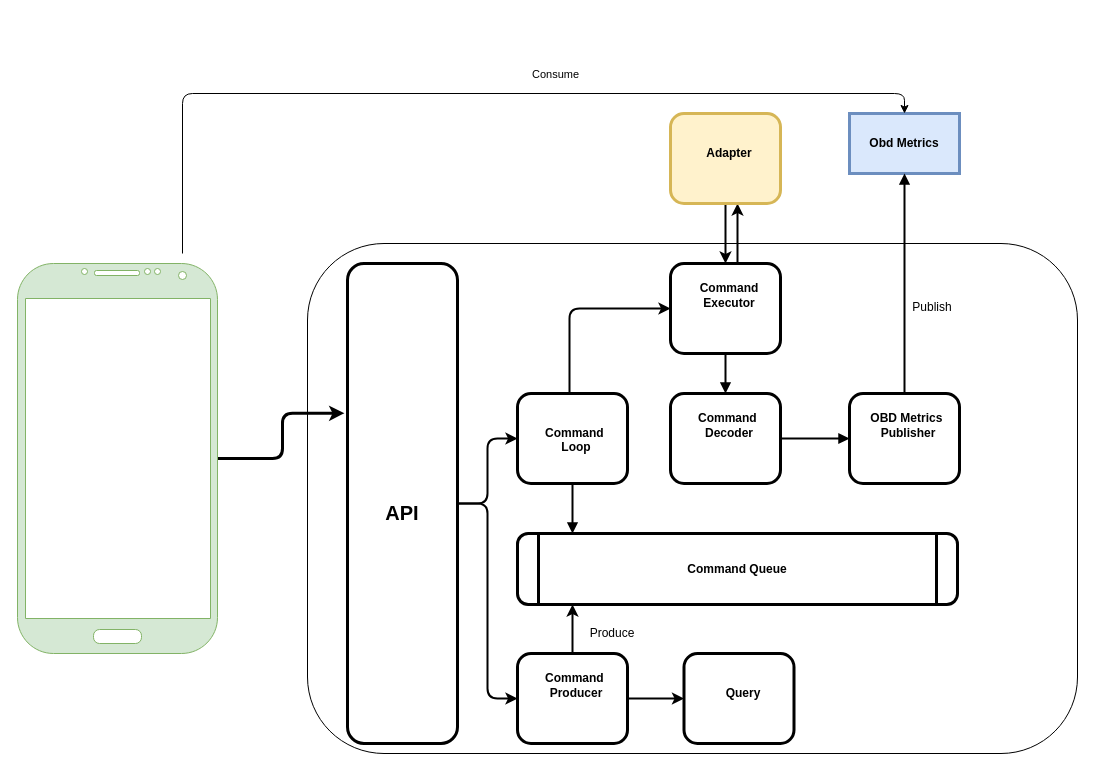
tzebrowski/ObdMetrics keeps this draw.io diagram as src/main/resources/highlevel.drawio. Above is the earlier version. Source tidied: cells renumbered, new cells numbered last; positions are measured from the earlier drawing's top-left corner, leaving out a move shared by most shapes. Both pictures are drawn from the tidied source at 100%, with x=0, y=0 at pixel (17, 93).
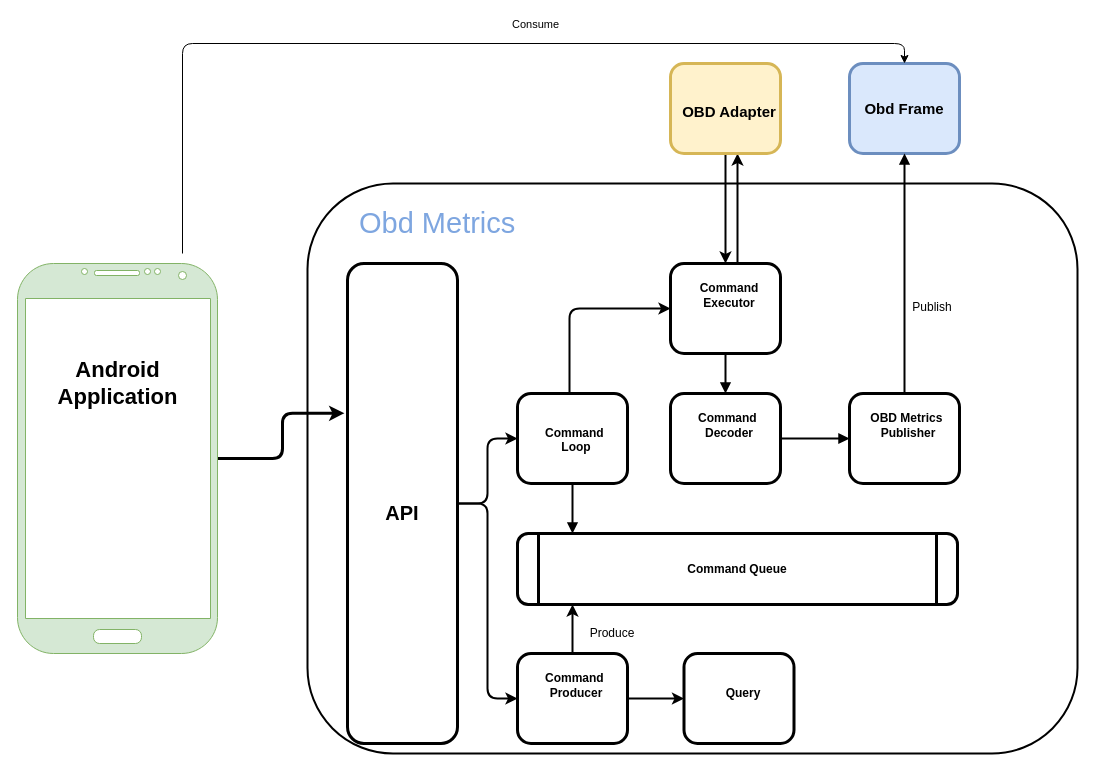
The same page after the edit.

Change to the diagram source:
```diff
@@
-    <mxCell id="2" style="rounded=1;whiteSpace=wrap;html=1;align=center;" parent="1" vertex="1">
-      <mxGeometry x="290" y="150" width="770" height="510" as="geometry" />
+    <mxCell id="2" style="rounded=1;whiteSpace=wrap;html=1;align=center;strokeWidth=2;" parent="1" vertex="1">
+      <mxGeometry x="290" y="90" width="770" height="570" as="geometry" />
     </mxCell>
-    <mxCell id="3" value="Obd Metrics" style="whiteSpace=wrap;align=center;verticalAlign=middle;fontStyle=1;strokeWidth=3;fillColor=#dae8fc;strokeColor=#6c8ebf;" parent="1" vertex="1">
-      <mxGeometry x="832" y="20" width="110" height="60" as="geometry" />
+    <mxCell id="3" value="Obd Frame" style="whiteSpace=wrap;align=center;verticalAlign=middle;fontStyle=1;strokeWidth=3;fillColor=#dae8fc;strokeColor=#6c8ebf;labelBorderColor=none;labelBackgroundColor=none;rounded=1;fontSize=15;" parent="1" vertex="1">
+      <mxGeometry x="832" y="-30" width="110" height="90" as="geometry" />
     </mxCell>
@@
-    <mxCell id="17" value="&lt;p style=&quot;margin: 0px ; margin-top: 4px ; text-align: center ; text-decoration: underline&quot;&gt;&lt;/p&gt;&lt;p style=&quot;margin: 0px ; margin-left: 8px&quot;&gt;&lt;br&gt;&lt;/p&gt;&lt;p style=&quot;margin: 0px ; margin-left: 8px&quot;&gt;&lt;br&gt;&lt;/p&gt;&lt;p style=&quot;margin: 0px ; margin-left: 8px&quot;&gt;Adapter&lt;/p&gt;" style="verticalAlign=middle;align=center;overflow=fill;fontSize=12;fontFamily=Helvetica;html=1;rounded=1;fontStyle=1;strokeWidth=3;fillColor=#fff2cc;strokeColor=#d6b656;" parent="1" vertex="1">
-      <mxGeometry x="653" y="20" width="110" height="90" as="geometry" />
+    <mxCell id="17" value="&lt;p style=&quot;margin: 0px ; margin-top: 4px ; text-align: center ; text-decoration: underline&quot;&gt;&lt;/p&gt;&lt;p style=&quot;margin: 0px 0px 0px 8px ; font-size: 15px&quot;&gt;&lt;font style=&quot;font-size: 15px&quot;&gt;&lt;br&gt;&lt;/font&gt;&lt;/p&gt;&lt;p style=&quot;margin: 0px 0px 0px 8px ; font-size: 15px&quot;&gt;&lt;font style=&quot;font-size: 15px&quot;&gt;&lt;br&gt;&lt;/font&gt;&lt;/p&gt;&lt;p style=&quot;margin: 0px 0px 0px 8px ; font-size: 15px&quot;&gt;&lt;font style=&quot;font-size: 15px&quot;&gt;OBD Adapter&lt;/font&gt;&lt;/p&gt;" style="verticalAlign=middle;align=center;overflow=fill;fontSize=12;fontFamily=Helvetica;html=1;rounded=1;fontStyle=1;strokeWidth=3;fillColor=#fff2cc;strokeColor=#d6b656;" parent="1" vertex="1">
+      <mxGeometry x="653" y="-30" width="110" height="90" as="geometry" />
     </mxCell>
@@
     <mxCell id="26" style="edgeStyle=orthogonalEdgeStyle;curved=0;rounded=1;sketch=0;jettySize=auto;html=1;entryX=0.5;entryY=0;entryDx=0;entryDy=0;" parent="1" edge="1" target="3">
       <mxGeometry relative="1" as="geometry">
         <mxPoint x="165" y="160" as="sourcePoint" />
         <Array as="points">
-          <mxPoint x="165" />
-          <mxPoint x="887" />
+          <mxPoint x="165" y="-50" />
+          <mxPoint x="887" y="-50" />
         </Array>
       </mxGeometry>
     </mxCell>
@@
+    <mxCell id="30" value="&lt;font style=&quot;font-size: 22px&quot;&gt;&lt;b&gt;Android &lt;br&gt;Application&lt;/b&gt;&lt;/font&gt;" style="text;html=1;align=center;verticalAlign=middle;fontColor=#000000;" parent="1" vertex="1">
+      <mxGeometry x="30" y="270" width="140" height="40" as="geometry" />
+    </mxCell>
+    <mxCell id="31" value="&lt;h2&gt;&lt;font style=&quot;font-size: 29px ; font-weight: normal&quot; color=&quot;#7ea6e0&quot;&gt;Obd Metrics&lt;/font&gt;&lt;/h2&gt;" style="text;html=1;strokeColor=none;align=left;verticalAlign=middle;whiteSpace=wrap;rounded=0;labelBackgroundColor=none;sketch=0;fontSize=15;fontColor=#000000;strokeWidth=2;fillColor=#ffffff;gradientColor=#ffffff;" parent="1" vertex="1">
+      <mxGeometry x="340" y="120" width="188" height="20" as="geometry" />
+    </mxCell>
```
